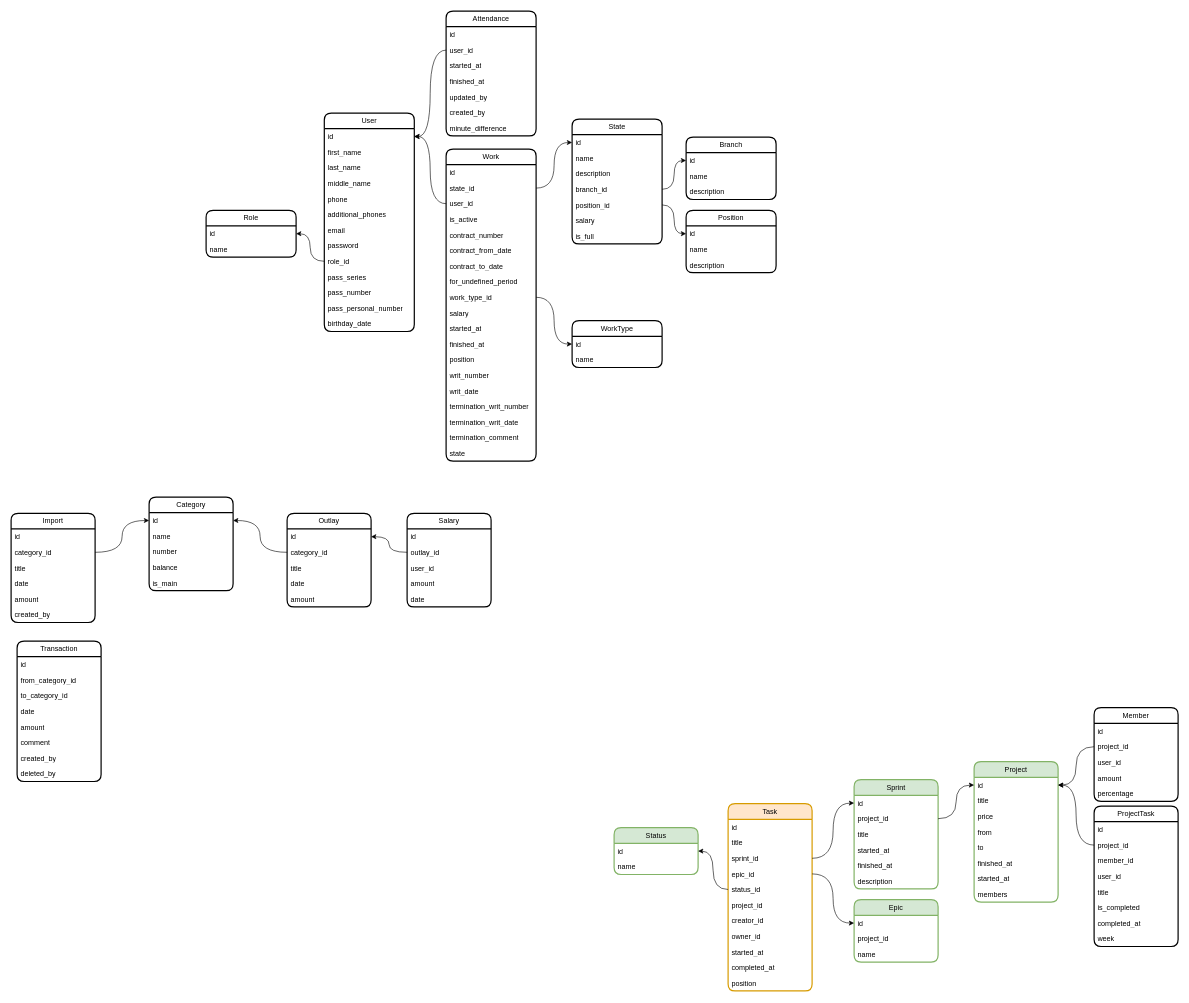
Earlier version of the draw.io diagram page "main" (1 of 4) of Karsoft.drawio (iztileuoff/databases). Source tidied: cells renumbered, new cells numbered last; positions are measured from the earlier drawing's top-left corner, leaving out a move shared by most shapes. Both pictures are drawn from the tidied source at 60%, with x=0, y=0 at pixel (11, 11).
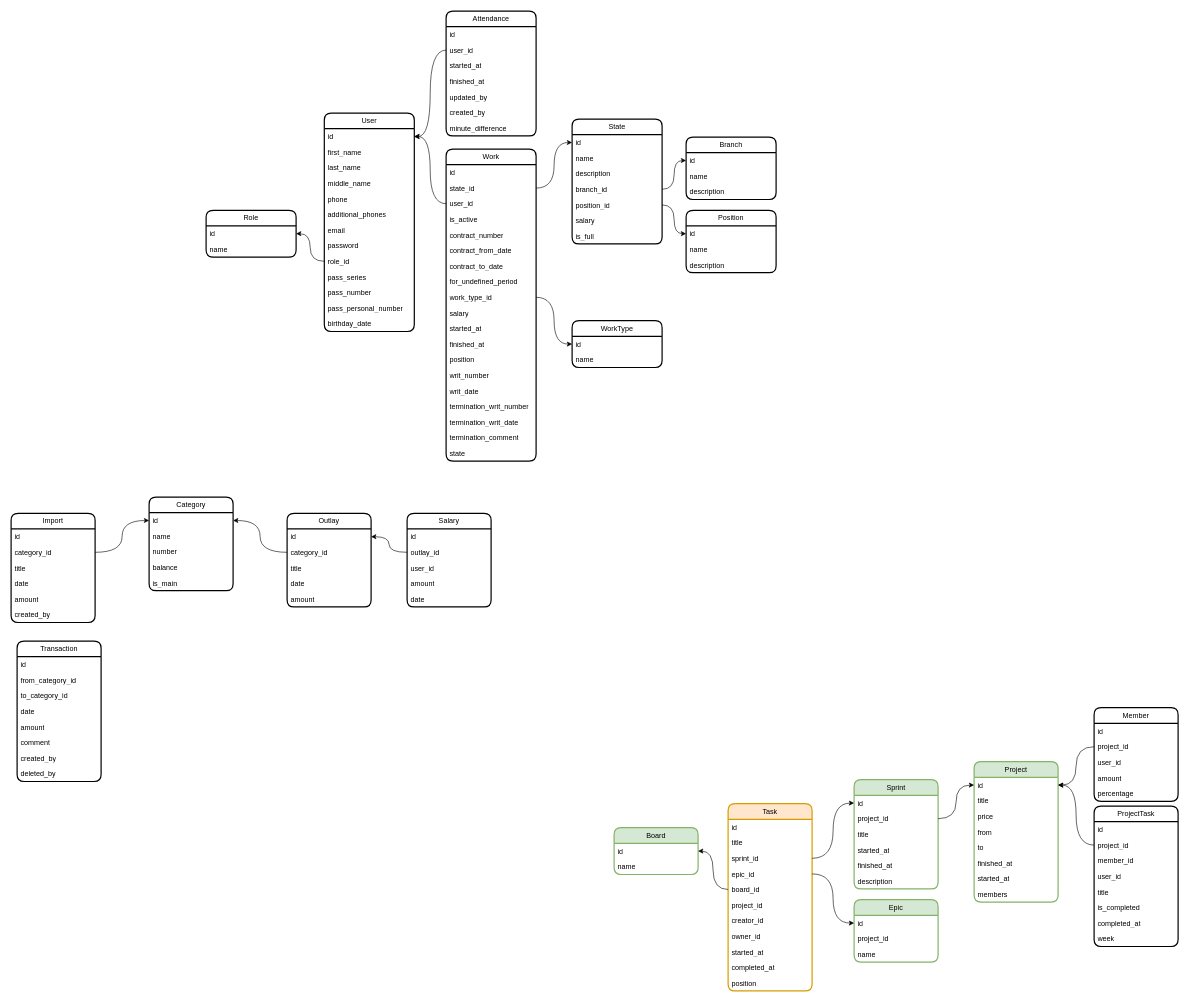
Above is the later version.

Unchanged cells that the change refers to:
```xml
<mxCell id="147" value="Task" style="swimlane;fontStyle=0;horizontal=1;startSize=26;fillColor=#ffe6cc;whiteSpace=wrap;html=1;rounded=1;shadow=0;glass=0;strokeWidth=2;strokeColor=#d79b00;" parent="1" vertex="1">
  <mxGeometry x="1195" y="1321" width="140" height="312" as="geometry" />
</mxCell>
```

What changed in the source:
```diff
@@
-    <mxCell id="152" value="status_id" style="text;strokeColor=none;fillColor=none;align=left;verticalAlign=top;spacingLeft=4;spacingRight=4;overflow=hidden;points=[[0,0.5],[1,0.5]];portConstraint=eastwest;whiteSpace=wrap;html=1;" parent="147" vertex="1">
+    <mxCell id="152" value="board_id" style="text;strokeColor=none;fillColor=none;align=left;verticalAlign=top;spacingLeft=4;spacingRight=4;overflow=hidden;points=[[0,0.5],[1,0.5]];portConstraint=eastwest;whiteSpace=wrap;html=1;" parent="147" vertex="1">
       <mxGeometry y="130" width="140" height="26" as="geometry" />
     </mxCell>
@@
-    <mxCell id="159" value="Status" style="swimlane;fontStyle=0;horizontal=1;startSize=26;fillColor=#d5e8d4;whiteSpace=wrap;html=1;rounded=1;shadow=0;glass=0;strokeWidth=2;strokeColor=#82b366;" parent="1" vertex="1">
+    <mxCell id="159" value="Board" style="swimlane;fontStyle=0;horizontal=1;startSize=26;fillColor=#d5e8d4;whiteSpace=wrap;html=1;rounded=1;shadow=0;glass=0;strokeWidth=2;strokeColor=#82b366;" parent="1" vertex="1">
       <mxGeometry x="1005" y="1361" width="140" height="78" as="geometry" />
     </mxCell>
```
